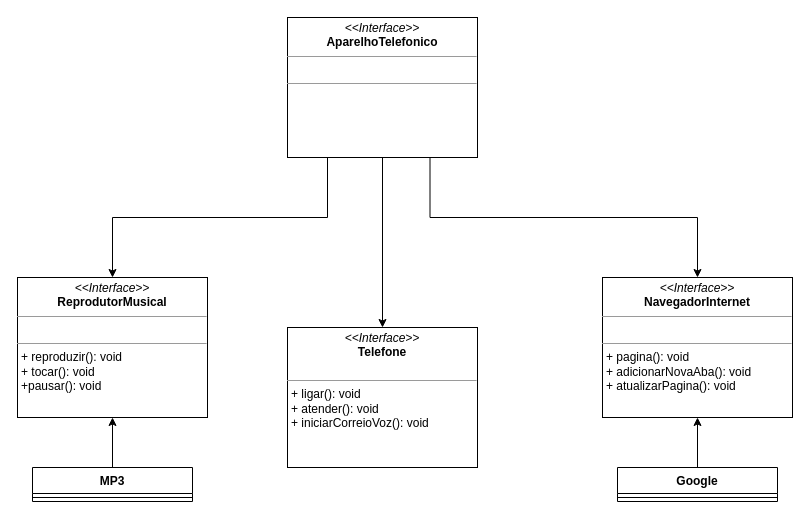
Above: UML - Iphone/Diagrama do primeiro Iphone 2007.drawio in AlexsanderGS/desafio-dio-UML (draw.io), before the change. Source tidied: cells renumbered, new cells numbered last; positions are measured from the earlier drawing's top-left corner, leaving out a move shared by most shapes. Both pictures are drawn from the tidied source at 100%, with x=0, y=0 at pixel (17, 17).
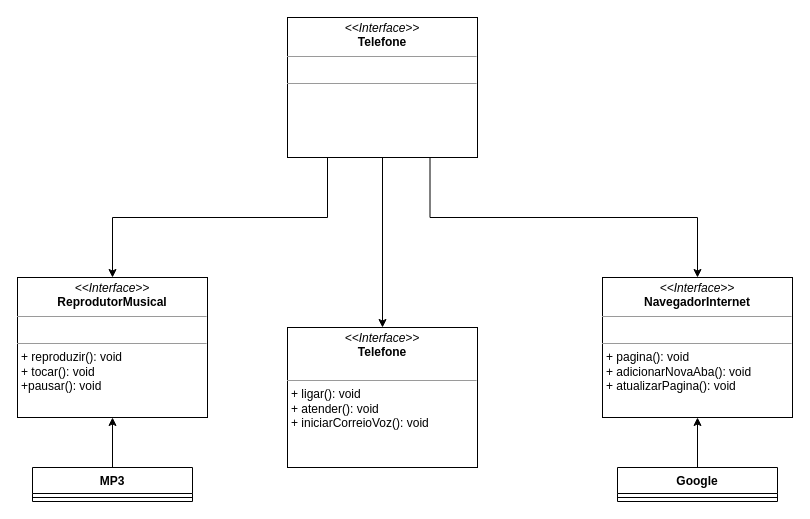
The same diagram, later.

Commit message (it also covers changes not shown here):
Adicionando a interface AparelhoTelefonico

The edit, as a diff of the source:
```diff
@@
 <mxGraphModel>
   <root>
     <mxCell id="0" />
     <mxCell id="1" parent="0" />
     <mxCell id="2" value="&lt;p style=&quot;margin:0px;margin-top:4px;text-align:center;&quot;&gt;&lt;i&gt;&amp;lt;&amp;lt;Interface&amp;gt;&amp;gt;&lt;/i&gt;&lt;br&gt;&lt;b&gt;Telefone&lt;/b&gt;&lt;/p&gt;&lt;p style=&quot;margin:0px;margin-left:4px;&quot;&gt;&lt;br&gt;&lt;/p&gt;&lt;hr size=&quot;1&quot;&gt;&lt;p style=&quot;margin:0px;margin-left:4px;&quot;&gt;+ ligar(): void&lt;br&gt;+ atender(): void&lt;/p&gt;&lt;p style=&quot;margin:0px;margin-left:4px;&quot;&gt;+ iniciarCorreioVoz(): void&lt;/p&gt;" style="verticalAlign=top;align=left;overflow=fill;fontSize=12;fontFamily=Helvetica;html=1;whiteSpace=wrap;" parent="1" vertex="1">
       <mxGeometry x="270" y="310" width="190" height="140" as="geometry" />
     </mxCell>
     <mxCell id="3" style="edgeStyle=orthogonalEdgeStyle;rounded=0;jettySize=auto;html=1;exitX=0.5;exitY=1;exitDx=0;exitDy=0;entryX=0.5;entryY=0;entryDx=0;entryDy=0;" parent="1" edge="1" source="6" target="7">
       <mxGeometry relative="1" as="geometry">
         <Array as="points">
           <mxPoint x="310" y="140" />
           <mxPoint x="310" y="200" />
           <mxPoint x="95" y="200" />
         </Array>
       </mxGeometry>
     </mxCell>
     <mxCell id="4" style="edgeStyle=orthogonalEdgeStyle;rounded=0;jettySize=auto;html=1;exitX=0.5;exitY=1;exitDx=0;exitDy=0;entryX=0.5;entryY=0;entryDx=0;entryDy=0;" parent="1" edge="1" source="6" target="2">
       <mxGeometry relative="1" as="geometry" />
     </mxCell>
     <mxCell id="5" style="edgeStyle=orthogonalEdgeStyle;rounded=0;jettySize=auto;html=1;exitX=0.75;exitY=1;exitDx=0;exitDy=0;entryX=0.5;entryY=0;entryDx=0;entryDy=0;" parent="1" edge="1" source="6" target="8">
       <mxGeometry relative="1" as="geometry" />
     </mxCell>
-    <mxCell id="6" value="&lt;p style=&quot;margin:0px;margin-top:4px;text-align:center;&quot;&gt;&lt;i&gt;&amp;lt;&amp;lt;Interface&amp;gt;&amp;gt;&lt;/i&gt;&lt;br&gt;&lt;b&gt;AparelhoTelefonico&lt;/b&gt;&lt;/p&gt;&lt;hr size=&quot;1&quot;&gt;&lt;p style=&quot;margin:0px;margin-left:4px;&quot;&gt;&lt;br&gt;&lt;/p&gt;&lt;hr size=&quot;1&quot;&gt;&lt;p style=&quot;margin:0px;margin-left:4px;&quot;&gt;&lt;br&gt;&lt;/p&gt;" style="verticalAlign=top;align=left;overflow=fill;fontSize=12;fontFamily=Helvetica;html=1;whiteSpace=wrap;" parent="1" vertex="1">
+    <mxCell id="6" value="&lt;p style=&quot;margin:0px;margin-top:4px;text-align:center;&quot;&gt;&lt;i&gt;&amp;lt;&amp;lt;Interface&amp;gt;&amp;gt;&lt;/i&gt;&lt;br&gt;&lt;b&gt;Telefone&lt;/b&gt;&lt;/p&gt;&lt;hr size=&quot;1&quot;&gt;&lt;p style=&quot;margin:0px;margin-left:4px;&quot;&gt;&lt;br&gt;&lt;/p&gt;&lt;hr size=&quot;1&quot;&gt;&lt;p style=&quot;margin:0px;margin-left:4px;&quot;&gt;&lt;br&gt;&lt;/p&gt;" style="verticalAlign=top;align=left;overflow=fill;fontSize=12;fontFamily=Helvetica;html=1;whiteSpace=wrap;" parent="1" vertex="1">
       <mxGeometry x="270" width="190" height="140" as="geometry" />
     </mxCell>
     <mxCell id="7" value="&lt;p style=&quot;margin:0px;margin-top:4px;text-align:center;&quot;&gt;&lt;i&gt;&amp;lt;&amp;lt;Interface&amp;gt;&amp;gt;&lt;/i&gt;&lt;br&gt;&lt;b&gt;ReprodutorMusical&lt;/b&gt;&lt;/p&gt;&lt;hr size=&quot;1&quot;&gt;&lt;p style=&quot;margin:0px;margin-left:4px;&quot;&gt;&lt;br&gt;&lt;/p&gt;&lt;hr size=&quot;1&quot;&gt;&lt;p style=&quot;margin:0px;margin-left:4px;&quot;&gt;+ reproduzir(): void&lt;br&gt;+ tocar(): void&lt;/p&gt;&lt;p style=&quot;margin:0px;margin-left:4px;&quot;&gt;+pausar(): void&lt;/p&gt;" style="verticalAlign=top;align=left;overflow=fill;fontSize=12;fontFamily=Helvetica;html=1;whiteSpace=wrap;" parent="1" vertex="1">
       <mxGeometry y="260" width="190" height="140" as="geometry" />
     </mxCell>
     <mxCell id="8" value="&lt;p style=&quot;margin:0px;margin-top:4px;text-align:center;&quot;&gt;&lt;i&gt;&amp;lt;&amp;lt;Interface&amp;gt;&amp;gt;&lt;/i&gt;&lt;br&gt;&lt;b&gt;NavegadorInternet&lt;/b&gt;&lt;/p&gt;&lt;hr size=&quot;1&quot;&gt;&lt;p style=&quot;margin:0px;margin-left:4px;&quot;&gt;&lt;br&gt;&lt;/p&gt;&lt;hr size=&quot;1&quot;&gt;&lt;p style=&quot;margin:0px;margin-left:4px;&quot;&gt;+ pagina(): void&lt;br&gt;+ adicionarNovaAba(): void&lt;/p&gt;&lt;p style=&quot;margin:0px;margin-left:4px;&quot;&gt;+ atualizarPagina(): void&lt;/p&gt;" style="verticalAlign=top;align=left;overflow=fill;fontSize=12;fontFamily=Helvetica;html=1;whiteSpace=wrap;" parent="1" vertex="1">
       <mxGeometry x="585" y="260" width="190" height="140" as="geometry" />
     </mxCell>
     <mxCell id="9" style="edgeStyle=orthogonalEdgeStyle;rounded=0;jettySize=auto;html=1;exitX=0.5;exitY=0;exitDx=0;exitDy=0;entryX=0.5;entryY=1;entryDx=0;entryDy=0;" parent="1" edge="1" source="10" target="8">
       <mxGeometry relative="1" as="geometry" />
     </mxCell>
     <mxCell id="10" value="Google" style="swimlane;fontStyle=1;align=center;verticalAlign=top;horizontal=1;startSize=26;whiteSpace=wrap;html=1;" parent="1" vertex="1">
       <mxGeometry x="600" y="450" width="160" height="34" as="geometry" />
     </mxCell>
     <mxCell id="11" style="line;strokeWidth=1;fillColor=none;align=left;verticalAlign=middle;spacingTop=-1;spacingLeft=3;spacingRight=3;labelPosition=right;strokeColor=inherit;" parent="10" vertex="1">
       <mxGeometry y="26" width="160" height="8" as="geometry" />
     </mxCell>
     <mxCell id="12" style="edgeStyle=orthogonalEdgeStyle;rounded=0;jettySize=auto;html=1;exitX=0.5;exitY=0;exitDx=0;exitDy=0;entryX=0.5;entryY=1;entryDx=0;entryDy=0;" parent="1" edge="1" source="13" target="7">
       <mxGeometry relative="1" as="geometry" />
     </mxCell>
     <mxCell id="13" value="MP3" style="swimlane;fontStyle=1;align=center;verticalAlign=top;horizontal=1;startSize=26;whiteSpace=wrap;html=1;" parent="1" vertex="1">
       <mxGeometry x="15" y="450" width="160" height="34" as="geometry" />
     </mxCell>
     <mxCell id="14" style="line;strokeWidth=1;fillColor=none;align=left;verticalAlign=middle;spacingTop=-1;spacingLeft=3;spacingRight=3;labelPosition=right;strokeColor=inherit;" parent="13" vertex="1">
       <mxGeometry y="26" width="160" height="8" as="geometry" />
     </mxCell>
   </root>
 </mxGraphModel>
```
